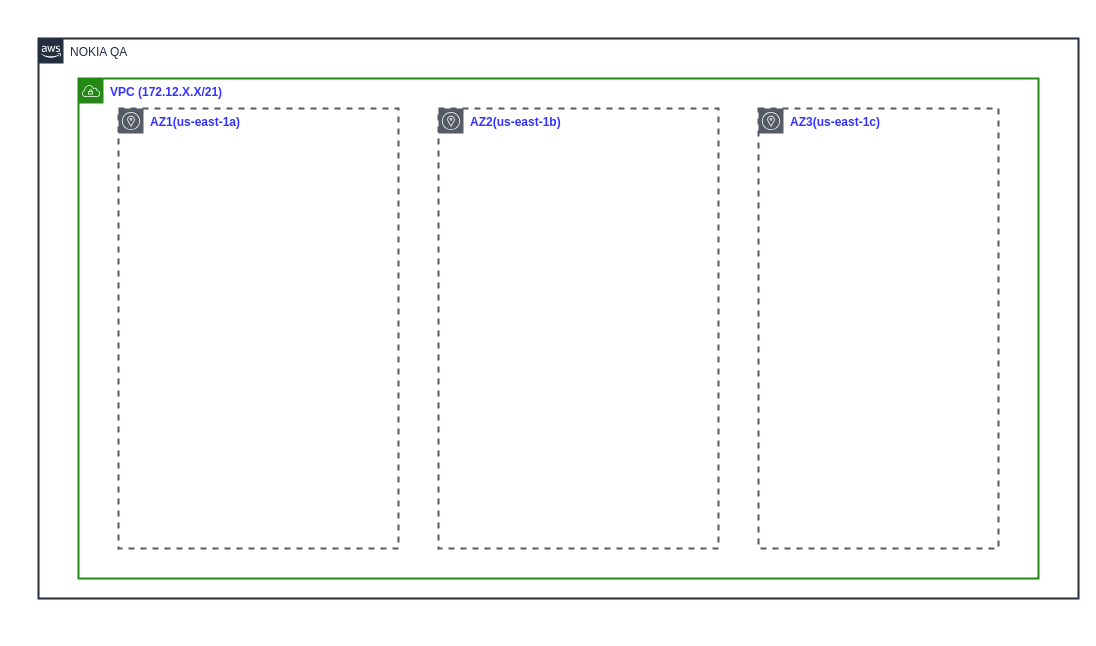
thamurepo/tfc-guide-example keeps this draw.io diagram as Nokia-QA.drawio. Above is the earlier version. Source tidied: cells renumbered, new cells numbered last; positions are measured from the earlier drawing's top-left corner, leaving out a move shared by most shapes. Both pictures are drawn from the tidied source at 100%, with x=0, y=0 at pixel (38, 38).
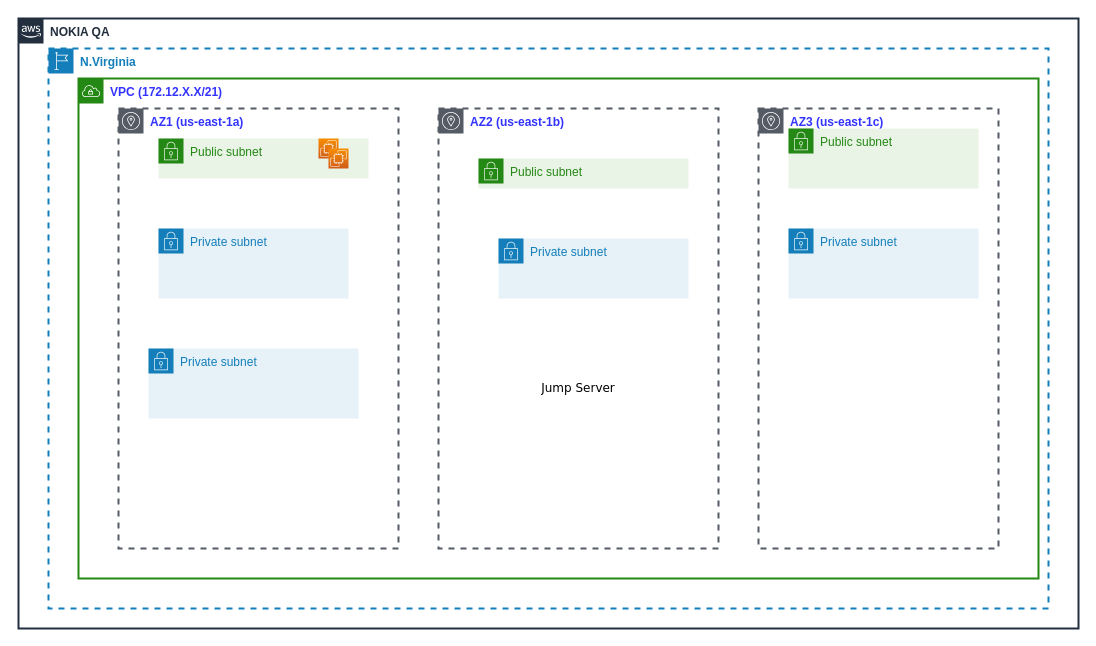
The same page after the edit.

Diff of the diagram source:
```diff
@@
 <mxGraphModel>
   <root>
     <mxCell id="0" />
     <mxCell id="1" parent="0" />
-    <mxCell id="2" value="NOKIA QA" style="gradientColor=none;html=1;whiteSpace=wrap;fontSize=12;fontStyle=0;shape=mxgraph.aws4.group;grIcon=mxgraph.aws4.group_aws_cloud_alt;strokeColor=#232F3E;fillColor=none;verticalAlign=top;align=left;spacingLeft=30;fontColor=#232F3E;dashed=0;strokeWidth=2;" parent="1" vertex="1">
-      <mxGeometry width="1040" height="560" as="geometry" />
+    <mxCell id="2" value="&lt;b&gt;NOKIA QA&lt;/b&gt;" style="gradientColor=none;html=1;whiteSpace=wrap;fontSize=12;fontStyle=0;shape=mxgraph.aws4.group;grIcon=mxgraph.aws4.group_aws_cloud_alt;strokeColor=#232F3E;fillColor=none;verticalAlign=top;align=left;spacingLeft=30;fontColor=#232F3E;dashed=0;strokeWidth=2;" parent="1" vertex="1">
+      <mxGeometry x="-20" y="-20" width="1060" height="610" as="geometry" />
     </mxCell>
     <mxCell id="3" value="&lt;b&gt;&lt;font color=&quot;#3333ff&quot;&gt;VPC (172.12.X.X/21)&lt;/font&gt;&lt;/b&gt;" style="gradientColor=none;html=1;whiteSpace=wrap;fontSize=12;fontStyle=0;shape=mxgraph.aws4.group;grIcon=mxgraph.aws4.group_vpc;strokeColor=#248814;fillColor=none;verticalAlign=top;align=left;spacingLeft=30;fontColor=#AAB7B8;dashed=0;strokeWidth=2;" parent="1" vertex="1">
       <mxGeometry x="40" y="40" width="960" height="500" as="geometry" />
     </mxCell>
-    <mxCell id="4" value="&lt;font color=&quot;#3333ff&quot;&gt;&lt;b&gt;AZ1(us-east-1a)&lt;/b&gt;&lt;/font&gt;" style="sketch=0;gradientColor=none;html=1;whiteSpace=wrap;fontSize=12;fontStyle=0;shape=mxgraph.aws4.group;grIcon=mxgraph.aws4.group_availability_zone;strokeColor=#545B64;fillColor=none;verticalAlign=top;align=left;spacingLeft=30;fontColor=#545B64;dashed=1;strokeWidth=2;" parent="1" vertex="1">
+    <mxCell id="4" value="&lt;font color=&quot;#3333ff&quot;&gt;&lt;b&gt;AZ1 (us-east-1a)&lt;/b&gt;&lt;/font&gt;" style="sketch=0;gradientColor=none;html=1;whiteSpace=wrap;fontSize=12;fontStyle=0;shape=mxgraph.aws4.group;grIcon=mxgraph.aws4.group_availability_zone;strokeColor=#545B64;fillColor=none;verticalAlign=top;align=left;spacingLeft=30;fontColor=#545B64;dashed=1;strokeWidth=2;" parent="1" vertex="1">
       <mxGeometry x="80" y="70" width="280" height="440" as="geometry" />
     </mxCell>
-    <mxCell id="5" value="&lt;font color=&quot;#3333ff&quot;&gt;&lt;b&gt;AZ2(us-east-1b)&lt;/b&gt;&lt;/font&gt;" style="sketch=0;gradientColor=none;html=1;whiteSpace=wrap;fontSize=12;fontStyle=0;shape=mxgraph.aws4.group;grIcon=mxgraph.aws4.group_availability_zone;strokeColor=#545B64;fillColor=none;verticalAlign=top;align=left;spacingLeft=30;fontColor=#545B64;dashed=1;strokeWidth=2;" parent="1" vertex="1">
+    <mxCell id="5" value="&lt;font color=&quot;#3333ff&quot;&gt;&lt;b&gt;AZ2 (us-east-1b)&lt;/b&gt;&lt;/font&gt;" style="sketch=0;gradientColor=none;html=1;whiteSpace=wrap;fontSize=12;fontStyle=0;shape=mxgraph.aws4.group;grIcon=mxgraph.aws4.group_availability_zone;strokeColor=#545B64;fillColor=none;verticalAlign=top;align=left;spacingLeft=30;fontColor=#545B64;dashed=1;strokeWidth=2;" parent="1" vertex="1">
       <mxGeometry x="400" y="70" width="280" height="440" as="geometry" />
     </mxCell>
-    <mxCell id="6" value="&lt;font color=&quot;#3333ff&quot;&gt;&lt;b&gt;AZ3(us-east-1c)&lt;/b&gt;&lt;/font&gt;" style="sketch=0;gradientColor=none;html=1;whiteSpace=wrap;fontSize=12;fontStyle=0;shape=mxgraph.aws4.group;grIcon=mxgraph.aws4.group_availability_zone;strokeColor=#545B64;fillColor=none;verticalAlign=top;align=left;spacingLeft=30;fontColor=#545B64;dashed=1;strokeWidth=2;" parent="1" vertex="1">
+    <mxCell id="6" value="&lt;font color=&quot;#3333ff&quot;&gt;&lt;b&gt;AZ3 (us-east-1c)&lt;/b&gt;&lt;/font&gt;" style="sketch=0;gradientColor=none;html=1;whiteSpace=wrap;fontSize=12;fontStyle=0;shape=mxgraph.aws4.group;grIcon=mxgraph.aws4.group_availability_zone;strokeColor=#545B64;fillColor=none;verticalAlign=top;align=left;spacingLeft=30;fontColor=#545B64;dashed=1;strokeWidth=2;" parent="1" vertex="1">
       <mxGeometry x="720" y="70" width="240" height="440" as="geometry" />
     </mxCell>
+    <mxCell id="7" value="Public subnet" style="gradientColor=none;html=1;whiteSpace=wrap;fontSize=12;fontStyle=0;shape=mxgraph.aws4.group;grIcon=mxgraph.aws4.group_security_group;grStroke=0;strokeColor=#248814;fillColor=#E9F3E6;verticalAlign=top;align=left;spacingLeft=30;fontColor=#248814;dashed=0;" parent="1" vertex="1">
+      <mxGeometry x="120" y="100" width="210" height="40" as="geometry" />
+    </mxCell>
+    <mxCell id="8" value="Private subnet" style="gradientColor=none;html=1;whiteSpace=wrap;fontSize=12;fontStyle=0;shape=mxgraph.aws4.group;grIcon=mxgraph.aws4.group_security_group;grStroke=0;strokeColor=#147EBA;fillColor=#E6F2F8;verticalAlign=top;align=left;spacingLeft=30;fontColor=#147EBA;dashed=0;" parent="1" vertex="1">
+      <mxGeometry x="110" y="310" width="210" height="70" as="geometry" />
+    </mxCell>
+    <mxCell id="9" value="Public subnet" style="gradientColor=none;html=1;whiteSpace=wrap;fontSize=12;fontStyle=0;shape=mxgraph.aws4.group;grIcon=mxgraph.aws4.group_security_group;grStroke=0;strokeColor=#248814;fillColor=#E9F3E6;verticalAlign=top;align=left;spacingLeft=30;fontColor=#248814;dashed=0;" parent="1" vertex="1">
+      <mxGeometry x="750" y="90" width="190" height="60" as="geometry" />
+    </mxCell>
+    <mxCell id="10" value="Public subnet" style="gradientColor=none;html=1;whiteSpace=wrap;fontSize=12;fontStyle=0;shape=mxgraph.aws4.group;grIcon=mxgraph.aws4.group_security_group;grStroke=0;strokeColor=#248814;fillColor=#E9F3E6;verticalAlign=top;align=left;spacingLeft=30;fontColor=#248814;dashed=0;" parent="1" vertex="1">
+      <mxGeometry x="440" y="120" width="210" height="30" as="geometry" />
+    </mxCell>
+    <mxCell id="11" value="Private subnet" style="gradientColor=none;html=1;whiteSpace=wrap;fontSize=12;fontStyle=0;shape=mxgraph.aws4.group;grIcon=mxgraph.aws4.group_security_group;grStroke=0;strokeColor=#147EBA;fillColor=#E6F2F8;verticalAlign=top;align=left;spacingLeft=30;fontColor=#147EBA;dashed=0;" parent="1" vertex="1">
+      <mxGeometry x="750" y="190" width="190" height="70" as="geometry" />
+    </mxCell>
+    <mxCell id="12" value="Private subnet" style="gradientColor=none;html=1;whiteSpace=wrap;fontSize=12;fontStyle=0;shape=mxgraph.aws4.group;grIcon=mxgraph.aws4.group_security_group;grStroke=0;strokeColor=#147EBA;fillColor=#E6F2F8;verticalAlign=top;align=left;spacingLeft=30;fontColor=#147EBA;dashed=0;" parent="1" vertex="1">
+      <mxGeometry x="460" y="200" width="190" height="60" as="geometry" />
+    </mxCell>
+    <mxCell id="13" value="Private subnet" style="gradientColor=none;html=1;whiteSpace=wrap;fontSize=12;fontStyle=0;shape=mxgraph.aws4.group;grIcon=mxgraph.aws4.group_security_group;grStroke=0;strokeColor=#147EBA;fillColor=#E6F2F8;verticalAlign=top;align=left;spacingLeft=30;fontColor=#147EBA;dashed=0;" parent="1" vertex="1">
+      <mxGeometry x="120" y="190" width="190" height="70" as="geometry" />
+    </mxCell>
+    <mxCell id="14" value="&lt;b&gt;N.Virginia&lt;/b&gt;" style="gradientColor=none;html=1;whiteSpace=wrap;fontSize=12;fontStyle=0;shape=mxgraph.aws4.group;grIcon=mxgraph.aws4.group_region;strokeColor=#147EBA;fillColor=none;verticalAlign=top;align=left;spacingLeft=30;fontColor=#147EBA;dashed=1;strokeWidth=2;" parent="1" vertex="1">
+      <mxGeometry x="10" y="10" width="1000" height="560" as="geometry" />
+    </mxCell>
+    <mxCell id="15" style="sketch=0;fontColor=default;gradientColor=#F78E04;gradientDirection=north;fillColor=#D05C17;strokeColor=#ffffff;dashed=0;verticalLabelPosition=bottom;verticalAlign=top;align=center;html=1;fontSize=12;fontStyle=0;shape=mxgraph.aws4.resourceIcon;resIcon=mxgraph.aws4.ec2;fontFamily=Verdana;labelBackgroundColor=none;labelBorderColor=none;" parent="1" vertex="1">
+      <mxGeometry x="280" y="100" width="20" height="20" as="geometry" />
+    </mxCell>
+    <mxCell id="16" value="Jump Server" style="text;html=1;strokeColor=none;fillColor=none;align=center;verticalAlign=middle;whiteSpace=wrap;overflow=hidden;labelBackgroundColor=none;labelBorderColor=none;fontFamily=Verdana;fontColor=default;" parent="1" vertex="1">
+      <mxGeometry x="500" y="340" width="80" height="20" as="geometry" />
+    </mxCell>
+    <mxCell id="17" style="sketch=0;fontColor=default;gradientColor=#F78E04;gradientDirection=north;fillColor=#D05C17;strokeColor=#ffffff;dashed=0;verticalLabelPosition=bottom;verticalAlign=top;align=center;html=1;fontSize=12;fontStyle=0;shape=mxgraph.aws4.resourceIcon;resIcon=mxgraph.aws4.ec2;fontFamily=Verdana;labelBackgroundColor=none;labelBorderColor=none;" parent="1" vertex="1">
+      <mxGeometry x="290" y="110" width="20" height="20" as="geometry" />
+    </mxCell>
   </root>
 </mxGraphModel>
```
